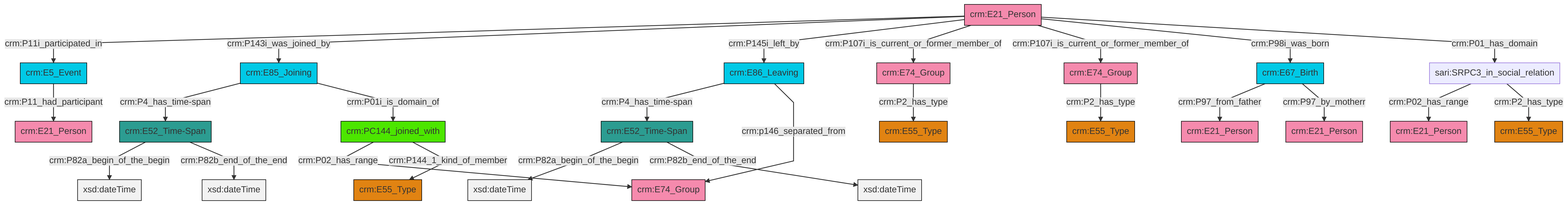
The Mermaid diagram et/personCSV/ttl/mmd/png/Person_Actor_Relations.png in swiss-art-research-net/reference-data-models, before a commit. Its source is kept beside it as et/personCSV/ttl/mmd/Person_Actor_Relations.ttl.mmd.
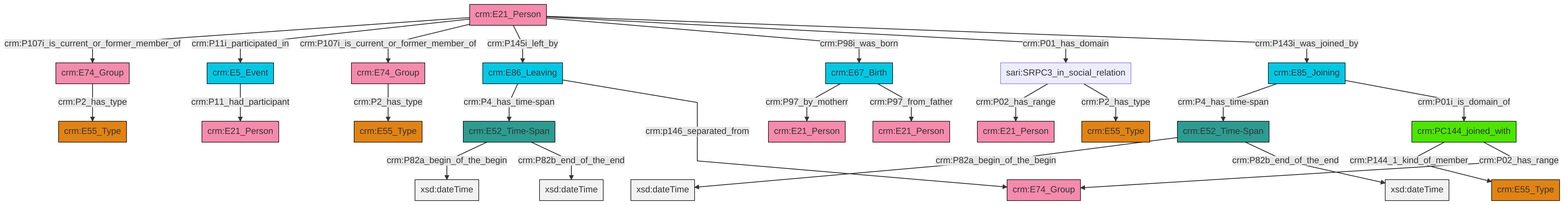
After the commit.

The edit, as a diff of the source:
```diff
@@ -13,27 +13,27 @@
 classDef PC_Classes fill:#4ce600, stroke:#000000;
 classDef Multi fill:#cccccc,stroke:#000000;
 
-0["crm:E52_Time-Span"]:::Time-Span -->|crm:P82a_begin_of_the_begin| 1[xsd:dateTime]:::Literal
-2["crm:E52_Time-Span"]:::Time-Span -->|crm:P82a_begin_of_the_begin| 3[xsd:dateTime]:::Literal
-6["crm:E21_Person"]:::Actor -->|crm:P11i_participated_in| 7["crm:E5_Event"]:::Temporal_Entity
-10["crm:E86_Leaving"]:::Temporal_Entity -->|crm:P4_has_time-span| 0["crm:E52_Time-Span"]:::Time-Span
-18["crm:E85_Joining"]:::Temporal_Entity -->|crm:P4_has_time-span| 2["crm:E52_Time-Span"]:::Time-Span
-24["sari:SRPC3_in_social_relation"]:::Default -->|crm:P02_has_range| 25["crm:E21_Person"]:::Actor
-7["crm:E5_Event"]:::Temporal_Entity -->|crm:P11_had_participant| 26["crm:E21_Person"]:::Actor
-27["crm:E74_Group"]:::Actor -->|crm:P2_has_type| 15["crm:E55_Type"]:::Type
-18["crm:E85_Joining"]:::Temporal_Entity -->|crm:P01i_is_domain_of| 32["crm:PC144_joined_with"]:::PC_Classes
-8["crm:E74_Group"]:::Actor -->|crm:P2_has_type| 29["crm:E55_Type"]:::Type
-2["crm:E52_Time-Span"]:::Time-Span -->|crm:P82b_end_of_the_end| 34[xsd:dateTime]:::Literal
-0["crm:E52_Time-Span"]:::Time-Span -->|crm:P82b_end_of_the_end| 36[xsd:dateTime]:::Literal
-6["crm:E21_Person"]:::Actor -->|crm:P143i_was_joined_by| 18["crm:E85_Joining"]:::Temporal_Entity
-6["crm:E21_Person"]:::Actor -->|crm:P145i_left_by| 10["crm:E86_Leaving"]:::Temporal_Entity
-6["crm:E21_Person"]:::Actor -->|crm:P107i_is_current_or_former_member_of| 27["crm:E74_Group"]:::Actor
-24["sari:SRPC3_in_social_relation"]:::Default -->|crm:P2_has_type| 4["crm:E55_Type"]:::Type
-22["crm:E67_Birth"]:::Temporal_Entity -->|crm:P97_from_father| 19["crm:E21_Person"]:::Actor
-22["crm:E67_Birth"]:::Temporal_Entity -->|crm:P97_by_motherr| 13["crm:E21_Person"]:::Actor
-32["crm:PC144_joined_with"]:::PC_Classes -->|crm:P02_has_range| 41["crm:E74_Group"]:::Actor
-10["crm:E86_Leaving"]:::Temporal_Entity -->|crm:p146_separated_from| 41["crm:E74_Group"]:::Actor
-6["crm:E21_Person"]:::Actor -->|crm:P107i_is_current_or_former_member_of| 8["crm:E74_Group"]:::Actor
-6["crm:E21_Person"]:::Actor -->|crm:P98i_was_born| 22["crm:E67_Birth"]:::Temporal_Entity
-6["crm:E21_Person"]:::Actor -->|crm:P01_has_domain| 24["sari:SRPC3_in_social_relation"]:::Default
-32["crm:PC144_joined_with"]:::PC_Classes -->|crm:P144_1_kind_of_member| 43["crm:E55_Type"]:::Type
+0["crm:E21_Person"]:::Actor -->|crm:P107i_is_current_or_former_member_of| 1["crm:E74_Group"]:::Actor
+0["crm:E21_Person"]:::Actor -->|crm:P11i_participated_in| 2["crm:E5_Event"]:::Temporal_Entity
+3["crm:PC144_joined_with"]:::PC_Classes -->|crm:P144_1_kind_of_member| 4["crm:E55_Type"]:::Type
+0["crm:E21_Person"]:::Actor -->|crm:P107i_is_current_or_former_member_of| 9["crm:E74_Group"]:::Actor
+10["sari:SRPC3_in_social_relation"]:::Default -->|crm:P02_has_range| 11["crm:E21_Person"]:::Actor
+3["crm:PC144_joined_with"]:::PC_Classes -->|crm:P02_has_range| 15["crm:E74_Group"]:::Actor
+5["crm:E52_Time-Span"]:::Time-Span -->|crm:P82a_begin_of_the_begin| 22[xsd:dateTime]:::Literal
+5["crm:E52_Time-Span"]:::Time-Span -->|crm:P82b_end_of_the_end| 23[xsd:dateTime]:::Literal
+26["crm:E85_Joining"]:::Temporal_Entity -->|crm:P4_has_time-span| 5["crm:E52_Time-Span"]:::Time-Span
+28["crm:E67_Birth"]:::Temporal_Entity -->|crm:P97_by_motherr| 29["crm:E21_Person"]:::Actor
+2["crm:E5_Event"]:::Temporal_Entity -->|crm:P11_had_participant| 16["crm:E21_Person"]:::Actor
+10["sari:SRPC3_in_social_relation"]:::Default -->|crm:P2_has_type| 24["crm:E55_Type"]:::Type
+0["crm:E21_Person"]:::Actor -->|crm:P145i_left_by| 33["crm:E86_Leaving"]:::Temporal_Entity
+9["crm:E74_Group"]:::Actor -->|crm:P2_has_type| 7["crm:E55_Type"]:::Type
+1["crm:E74_Group"]:::Actor -->|crm:P2_has_type| 12["crm:E55_Type"]:::Type
+28["crm:E67_Birth"]:::Temporal_Entity -->|crm:P97_from_father| 20["crm:E21_Person"]:::Actor
+26["crm:E85_Joining"]:::Temporal_Entity -->|crm:P01i_is_domain_of| 3["crm:PC144_joined_with"]:::PC_Classes
+33["crm:E86_Leaving"]:::Temporal_Entity -->|crm:P4_has_time-span| 18["crm:E52_Time-Span"]:::Time-Span
+0["crm:E21_Person"]:::Actor -->|crm:P98i_was_born| 28["crm:E67_Birth"]:::Temporal_Entity
+33["crm:E86_Leaving"]:::Temporal_Entity -->|crm:p146_separated_from| 15["crm:E74_Group"]:::Actor
+0["crm:E21_Person"]:::Actor -->|crm:P01_has_domain| 10["sari:SRPC3_in_social_relation"]:::Default
+18["crm:E52_Time-Span"]:::Time-Span -->|crm:P82a_begin_of_the_begin| 42[xsd:dateTime]:::Literal
+18["crm:E52_Time-Span"]:::Time-Span -->|crm:P82b_end_of_the_end| 44[xsd:dateTime]:::Literal
+0["crm:E21_Person"]:::Actor -->|crm:P143i_was_joined_by| 26["crm:E85_Joining"]:::Temporal_Entity
```
